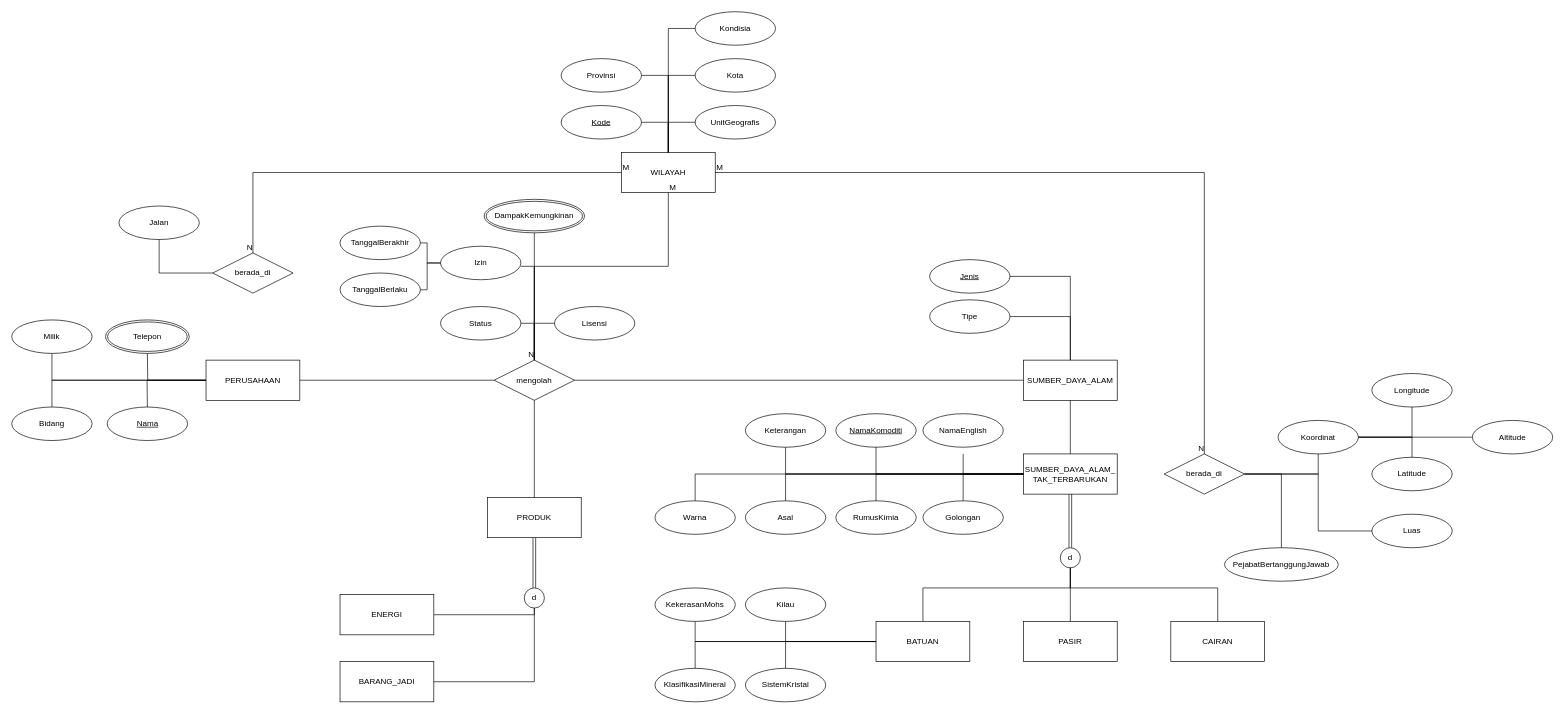
This is Project.drawio from Drithh/ER-Diagram, a draw.io file, before an edit. Source tidied: cells renumbered, new cells numbered last; positions are measured from the earlier drawing's top-left corner, leaving out a move shared by most shapes. Both pictures are drawn from the tidied source at 67%, with x=0, y=0 at pixel (11, 11).
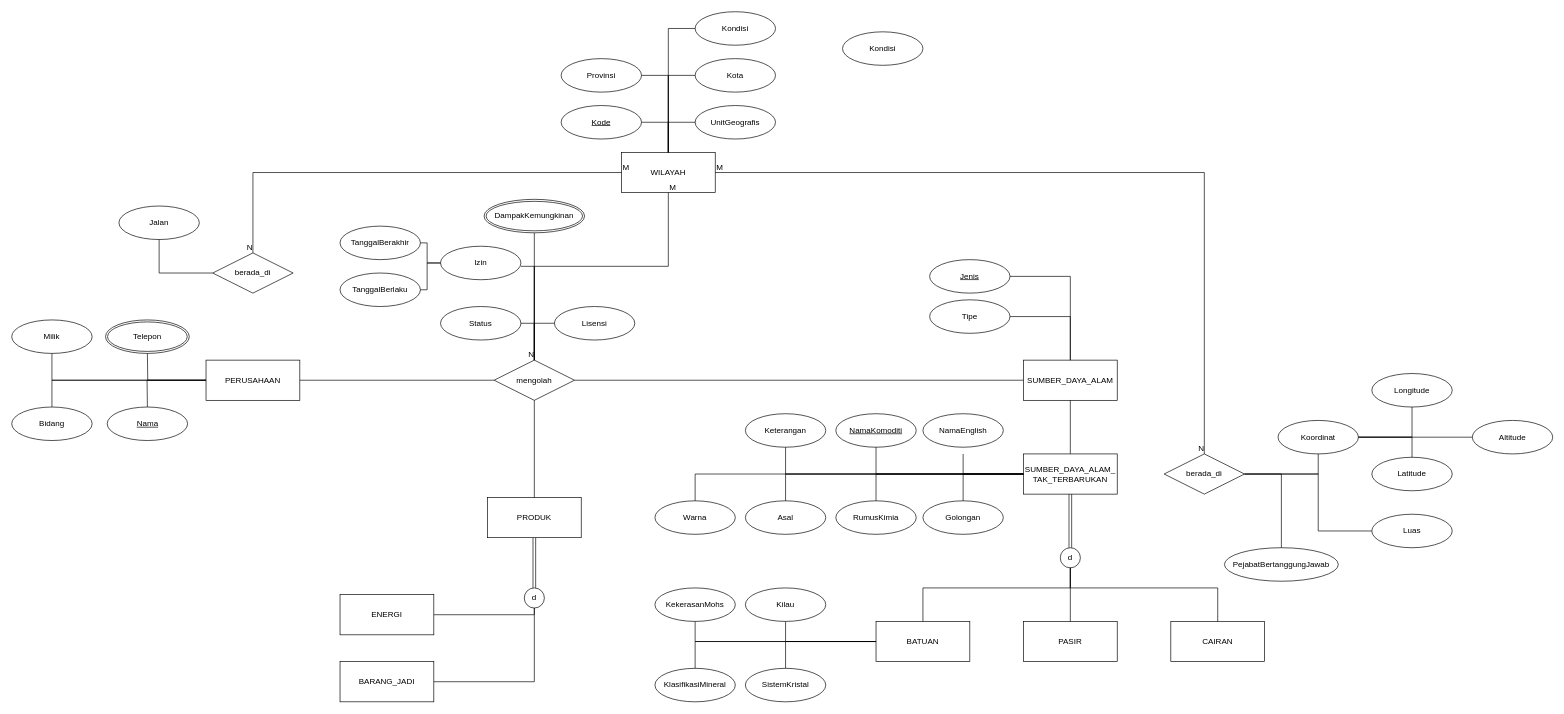
The same diagram, later.

Change to the diagram source:
```diff
@@
-    <mxCell id="49" value="Kondisia" style="ellipse;whiteSpace=wrap;html=1;align=center;rounded=0;sketch=0;" parent="1" vertex="1">
+    <mxCell id="49" value="Kondisi" style="ellipse;whiteSpace=wrap;html=1;align=center;rounded=0;sketch=0;" parent="1" vertex="1">
       <mxGeometry x="1020" width="120" height="50" as="geometry" />
     </mxCell>
@@
+    <mxCell id="107" value="Kondisi" style="ellipse;whiteSpace=wrap;html=1;align=center;rounded=0;sketch=0;" parent="1" vertex="1">
+      <mxGeometry x="1240" y="30" width="120" height="50" as="geometry" />
+    </mxCell>
```
